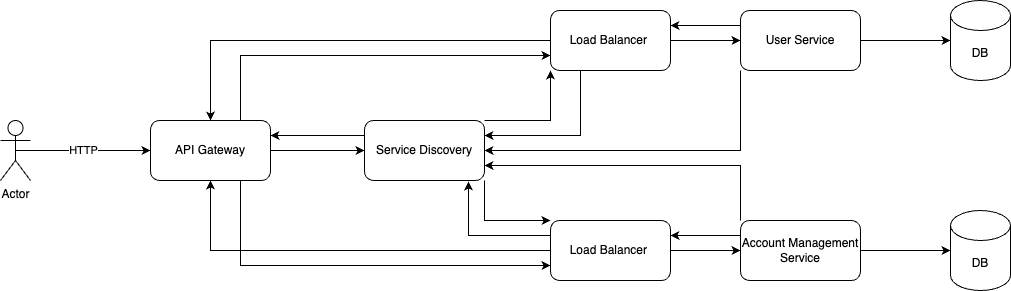
dan-planable/PAD keeps this draw.io diagram as Assets/Architecture.drawio.png. Above is the earlier version. Source tidied: cells renumbered, new cells last; positions are measured from the earlier drawing's top-left corner, leaving out a move shared by most shapes.
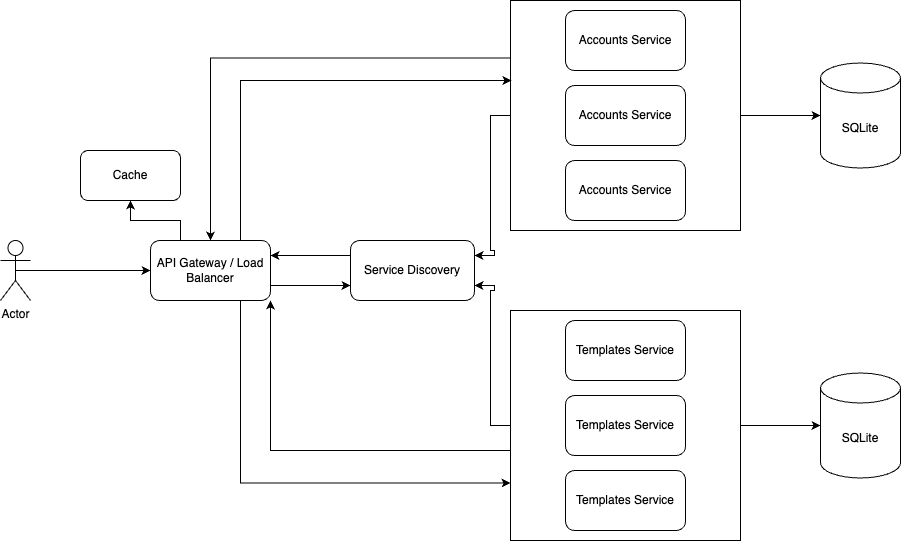
The same diagram one commit later.

What changed in the source:
```diff
@@ -2,97 +2,88 @@
   <root>
     <mxCell id="0" />
     <mxCell id="1" parent="0" />
-    <mxCell id="2" value="HTTP" style="edgeStyle=orthogonalEdgeStyle;rounded=0;jettySize=auto;html=1;exitX=0.5;exitY=0.5;exitDx=0;exitDy=0;exitPerimeter=0;entryX=0;entryY=0.5;entryDx=0;entryDy=0;" parent="1" edge="1" source="3" target="7">
-      <mxGeometry relative="1" as="geometry" />
-    </mxCell>
+    <mxCell id="30" style="edgeStyle=orthogonalEdgeStyle;rounded=0;jettySize=auto;html=1;exitX=0.5;exitY=0.5;exitDx=0;exitDy=0;exitPerimeter=0;entryX=0;entryY=0.5;entryDx=0;entryDy=0;" parent="1" edge="1" source="3" target="34">
+      <mxGeometry relative="1" as="geometry" />
+    </mxCell>
     <mxCell id="3" value="Actor" style="shape=umlActor;verticalLabelPosition=bottom;verticalAlign=top;html=1;outlineConnect=0;" parent="1" vertex="1">
-      <mxGeometry y="120" width="30" height="60" as="geometry" />
+      <mxGeometry x="10" y="-10" width="30" height="60" as="geometry" />
     </mxCell>
-    <mxCell id="4" style="edgeStyle=orthogonalEdgeStyle;rounded=0;jettySize=auto;html=1;exitX=1;exitY=0.5;exitDx=0;exitDy=0;" parent="1" edge="1" source="7" target="11">
-      <mxGeometry relative="1" as="geometry" />
-    </mxCell>
-    <mxCell id="5" style="edgeStyle=orthogonalEdgeStyle;rounded=0;jettySize=auto;html=1;exitX=0.75;exitY=0;exitDx=0;exitDy=0;entryX=0;entryY=0.75;entryDx=0;entryDy=0;" parent="1" edge="1" source="7" target="15">
-      <mxGeometry relative="1" as="geometry" />
-    </mxCell>
-    <mxCell id="6" style="edgeStyle=orthogonalEdgeStyle;rounded=0;jettySize=auto;html=1;exitX=0.75;exitY=1;exitDx=0;exitDy=0;entryX=0;entryY=0.75;entryDx=0;entryDy=0;" parent="1" edge="1" source="7" target="19">
-      <mxGeometry relative="1" as="geometry" />
-    </mxCell>
-    <mxCell id="7" value="API Gateway" style="rounded=1;whiteSpace=wrap;html=1;" parent="1" vertex="1">
-      <mxGeometry x="150" y="120" width="120" height="60" as="geometry" />
-    </mxCell>
-    <mxCell id="8" style="edgeStyle=orthogonalEdgeStyle;rounded=0;jettySize=auto;html=1;exitX=0;exitY=0.25;exitDx=0;exitDy=0;entryX=1;entryY=0.25;entryDx=0;entryDy=0;" parent="1" edge="1" source="11" target="7">
-      <mxGeometry relative="1" as="geometry" />
-    </mxCell>
-    <mxCell id="9" style="edgeStyle=orthogonalEdgeStyle;rounded=0;jettySize=auto;html=1;exitX=1;exitY=0;exitDx=0;exitDy=0;entryX=0;entryY=1;entryDx=0;entryDy=0;" parent="1" edge="1" source="11" target="15">
-      <mxGeometry relative="1" as="geometry">
-        <Array as="points">
-          <mxPoint x="550" y="120" />
-        </Array>
-      </mxGeometry>
-    </mxCell>
-    <mxCell id="10" style="edgeStyle=orthogonalEdgeStyle;rounded=0;jettySize=auto;html=1;exitX=1;exitY=1;exitDx=0;exitDy=0;entryX=0;entryY=0;entryDx=0;entryDy=0;" parent="1" edge="1" source="11" target="19">
-      <mxGeometry relative="1" as="geometry">
-        <Array as="points">
-          <mxPoint x="484" y="220" />
-        </Array>
-      </mxGeometry>
-    </mxCell>
+    <mxCell id="31" style="edgeStyle=orthogonalEdgeStyle;rounded=0;jettySize=auto;html=1;exitX=1;exitY=0.75;exitDx=0;exitDy=0;entryX=0;entryY=0.75;entryDx=0;entryDy=0;" parent="1" edge="1" source="34" target="11">
+      <mxGeometry relative="1" as="geometry" />
+    </mxCell>
+    <mxCell id="32" style="edgeStyle=orthogonalEdgeStyle;rounded=0;jettySize=auto;html=1;exitX=0.75;exitY=1;exitDx=0;exitDy=0;entryX=0;entryY=0.75;entryDx=0;entryDy=0;" parent="1" edge="1" source="34" target="45">
+      <mxGeometry relative="1" as="geometry" />
+    </mxCell>
+    <mxCell id="33" style="edgeStyle=orthogonalEdgeStyle;rounded=0;jettySize=auto;html=1;exitX=0.25;exitY=0;exitDx=0;exitDy=0;entryX=0.5;entryY=1;entryDx=0;entryDy=0;" parent="1" edge="1" source="34" target="35">
+      <mxGeometry relative="1" as="geometry" />
+    </mxCell>
+    <mxCell id="34" value="API Gateway / Load Balancer" style="rounded=1;whiteSpace=wrap;html=1;" parent="1" vertex="1">
+      <mxGeometry x="160" y="-10" width="120" height="60" as="geometry" />
+    </mxCell>
+    <mxCell id="35" value="Cache" style="rounded=1;whiteSpace=wrap;html=1;" parent="1" vertex="1">
+      <mxGeometry x="90" y="-100" width="100" height="50" as="geometry" />
+    </mxCell>
+    <mxCell id="36" style="edgeStyle=orthogonalEdgeStyle;rounded=0;jettySize=auto;html=1;exitX=0;exitY=0.25;exitDx=0;exitDy=0;entryX=1;entryY=0.25;entryDx=0;entryDy=0;" parent="1" edge="1" source="11" target="34">
+      <mxGeometry relative="1" as="geometry" />
+    </mxCell>
     <mxCell id="11" value="Service Discovery" style="rounded=1;whiteSpace=wrap;html=1;" parent="1" vertex="1">
-      <mxGeometry x="364" y="120" width="120" height="60" as="geometry" />
+      <mxGeometry x="360" y="-10" width="124" height="60" as="geometry" />
     </mxCell>
-    <mxCell id="12" style="edgeStyle=orthogonalEdgeStyle;rounded=0;jettySize=auto;html=1;exitX=0.25;exitY=1;exitDx=0;exitDy=0;entryX=1;entryY=0.25;entryDx=0;entryDy=0;" parent="1" edge="1" source="15" target="11">
-      <mxGeometry relative="1" as="geometry" />
-    </mxCell>
-    <mxCell id="13" style="edgeStyle=orthogonalEdgeStyle;rounded=0;jettySize=auto;html=1;exitX=0;exitY=0.5;exitDx=0;exitDy=0;entryX=0.5;entryY=0;entryDx=0;entryDy=0;" parent="1" edge="1" source="15" target="7">
-      <mxGeometry relative="1" as="geometry" />
-    </mxCell>
-    <mxCell id="14" style="edgeStyle=orthogonalEdgeStyle;rounded=0;jettySize=auto;html=1;exitX=1;exitY=0.5;exitDx=0;exitDy=0;entryX=0;entryY=0.5;entryDx=0;entryDy=0;" parent="1" edge="1" source="15" target="25">
-      <mxGeometry relative="1" as="geometry" />
-    </mxCell>
-    <mxCell id="15" value="Load Balancer&amp;nbsp;" style="rounded=1;whiteSpace=wrap;html=1;" parent="1" vertex="1">
-      <mxGeometry x="550" y="10" width="120" height="60" as="geometry" />
-    </mxCell>
-    <mxCell id="16" style="edgeStyle=orthogonalEdgeStyle;rounded=0;jettySize=auto;html=1;exitX=0;exitY=0.25;exitDx=0;exitDy=0;entryX=0.867;entryY=1.017;entryDx=0;entryDy=0;entryPerimeter=0;" parent="1" edge="1" source="19" target="11">
-      <mxGeometry relative="1" as="geometry" />
-    </mxCell>
-    <mxCell id="17" style="edgeStyle=orthogonalEdgeStyle;rounded=0;jettySize=auto;html=1;exitX=0;exitY=0.5;exitDx=0;exitDy=0;entryX=0.5;entryY=1;entryDx=0;entryDy=0;" parent="1" edge="1" source="19" target="7">
-      <mxGeometry relative="1" as="geometry" />
-    </mxCell>
-    <mxCell id="18" style="edgeStyle=orthogonalEdgeStyle;rounded=0;jettySize=auto;html=1;exitX=1;exitY=0.5;exitDx=0;exitDy=0;entryX=0;entryY=0.5;entryDx=0;entryDy=0;" parent="1" edge="1" source="19" target="29">
-      <mxGeometry relative="1" as="geometry" />
-    </mxCell>
-    <mxCell id="19" value="Load Balancer&amp;nbsp;" style="rounded=1;whiteSpace=wrap;html=1;" parent="1" vertex="1">
-      <mxGeometry x="550" y="220" width="120" height="60" as="geometry" />
-    </mxCell>
-    <mxCell id="20" value="DB" style="shape=cylinder3;whiteSpace=wrap;html=1;boundedLbl=1;backgroundOutline=1;size=15;" parent="1" vertex="1">
-      <mxGeometry x="950" width="60" height="80" as="geometry" />
-    </mxCell>
-    <mxCell id="21" value="DB" style="shape=cylinder3;whiteSpace=wrap;html=1;boundedLbl=1;backgroundOutline=1;size=15;" parent="1" vertex="1">
-      <mxGeometry x="950" y="210" width="60" height="80" as="geometry" />
-    </mxCell>
-    <mxCell id="22" style="edgeStyle=orthogonalEdgeStyle;rounded=0;jettySize=auto;html=1;exitX=1;exitY=0.5;exitDx=0;exitDy=0;entryX=0;entryY=0.5;entryDx=0;entryDy=0;entryPerimeter=0;" parent="1" edge="1" source="25" target="20">
-      <mxGeometry relative="1" as="geometry" />
-    </mxCell>
-    <mxCell id="23" style="edgeStyle=orthogonalEdgeStyle;rounded=0;jettySize=auto;html=1;exitX=0;exitY=0.25;exitDx=0;exitDy=0;entryX=1;entryY=0.25;entryDx=0;entryDy=0;" parent="1" edge="1" source="25" target="15">
-      <mxGeometry relative="1" as="geometry" />
-    </mxCell>
-    <mxCell id="24" style="edgeStyle=orthogonalEdgeStyle;rounded=0;jettySize=auto;html=1;exitX=0;exitY=1;exitDx=0;exitDy=0;entryX=1;entryY=0.5;entryDx=0;entryDy=0;" parent="1" edge="1" source="25" target="11">
-      <mxGeometry relative="1" as="geometry" />
-    </mxCell>
-    <mxCell id="25" value="User Service" style="rounded=1;whiteSpace=wrap;html=1;" parent="1" vertex="1">
-      <mxGeometry x="740" y="10" width="120" height="60" as="geometry" />
-    </mxCell>
-    <mxCell id="26" style="edgeStyle=orthogonalEdgeStyle;rounded=0;jettySize=auto;html=1;exitX=1;exitY=0.5;exitDx=0;exitDy=0;entryX=0;entryY=0.5;entryDx=0;entryDy=0;entryPerimeter=0;" parent="1" edge="1" source="29" target="21">
-      <mxGeometry relative="1" as="geometry" />
-    </mxCell>
-    <mxCell id="27" style="edgeStyle=orthogonalEdgeStyle;rounded=0;jettySize=auto;html=1;exitX=0;exitY=0.25;exitDx=0;exitDy=0;entryX=1;entryY=0.25;entryDx=0;entryDy=0;" parent="1" edge="1" source="29" target="19">
-      <mxGeometry relative="1" as="geometry" />
-    </mxCell>
-    <mxCell id="28" style="edgeStyle=orthogonalEdgeStyle;rounded=0;jettySize=auto;html=1;exitX=0;exitY=0;exitDx=0;exitDy=0;entryX=1;entryY=0.75;entryDx=0;entryDy=0;" parent="1" edge="1" source="29" target="11">
-      <mxGeometry relative="1" as="geometry" />
-    </mxCell>
-    <mxCell id="29" value="Account Management Service" style="rounded=1;whiteSpace=wrap;html=1;" parent="1" vertex="1">
-      <mxGeometry x="740" y="220" width="120" height="60" as="geometry" />
-    </mxCell>
+    <mxCell id="37" style="edgeStyle=orthogonalEdgeStyle;rounded=0;jettySize=auto;html=1;exitX=0;exitY=0.5;exitDx=0;exitDy=0;entryX=1;entryY=0.25;entryDx=0;entryDy=0;" parent="1" edge="1" source="39" target="11">
+      <mxGeometry relative="1" as="geometry" />
+    </mxCell>
+    <mxCell id="38" style="edgeStyle=orthogonalEdgeStyle;rounded=0;jettySize=auto;html=1;exitX=0;exitY=0.25;exitDx=0;exitDy=0;entryX=0.5;entryY=0;entryDx=0;entryDy=0;" parent="1" edge="1" source="39" target="34">
+      <mxGeometry relative="1" as="geometry" />
+    </mxCell>
+    <mxCell id="39" style="whiteSpace=wrap;html=1;" parent="1" vertex="1">
+      <mxGeometry x="520" y="-250" width="230" height="230" as="geometry" />
+    </mxCell>
+    <mxCell id="40" value="Accounts Service" style="rounded=1;whiteSpace=wrap;html=1;" parent="1" vertex="1">
+      <mxGeometry x="575" y="-240" width="120" height="60" as="geometry" />
+    </mxCell>
+    <mxCell id="41" value="Accounts Service" style="rounded=1;whiteSpace=wrap;html=1;" parent="1" vertex="1">
+      <mxGeometry x="575" y="-165" width="120" height="60" as="geometry" />
+    </mxCell>
+    <mxCell id="42" value="Accounts Service" style="rounded=1;whiteSpace=wrap;html=1;" parent="1" vertex="1">
+      <mxGeometry x="575" y="-90" width="120" height="60" as="geometry" />
+    </mxCell>
+    <mxCell id="43" style="edgeStyle=orthogonalEdgeStyle;rounded=0;jettySize=auto;html=1;exitX=0;exitY=0.5;exitDx=0;exitDy=0;entryX=1;entryY=0.75;entryDx=0;entryDy=0;" parent="1" edge="1" source="45" target="11">
+      <mxGeometry relative="1" as="geometry" />
+    </mxCell>
+    <mxCell id="44" style="edgeStyle=orthogonalEdgeStyle;rounded=0;jettySize=auto;html=1;exitX=0;exitY=0.75;exitDx=0;exitDy=0;entryX=1;entryY=1;entryDx=0;entryDy=0;" parent="1" edge="1" source="45" target="34">
+      <mxGeometry relative="1" as="geometry">
+        <Array as="points">
+          <mxPoint x="520" y="200" />
+          <mxPoint x="280" y="200" />
+        </Array>
+      </mxGeometry>
+    </mxCell>
+    <mxCell id="45" style="whiteSpace=wrap;html=1;" parent="1" vertex="1">
+      <mxGeometry x="520" y="60" width="230" height="230" as="geometry" />
+    </mxCell>
+    <mxCell id="46" value="Templates Service" style="rounded=1;whiteSpace=wrap;html=1;" parent="1" vertex="1">
+      <mxGeometry x="575" y="70" width="120" height="60" as="geometry" />
+    </mxCell>
+    <mxCell id="47" value="Templates Service" style="rounded=1;whiteSpace=wrap;html=1;" parent="1" vertex="1">
+      <mxGeometry x="575" y="145" width="120" height="60" as="geometry" />
+    </mxCell>
+    <mxCell id="48" value="Templates Service" style="rounded=1;whiteSpace=wrap;html=1;" parent="1" vertex="1">
+      <mxGeometry x="575" y="220" width="120" height="60" as="geometry" />
+    </mxCell>
+    <mxCell id="49" style="edgeStyle=orthogonalEdgeStyle;rounded=0;jettySize=auto;html=1;exitX=0.75;exitY=0;exitDx=0;exitDy=0;entryX=0.004;entryY=0.348;entryDx=0;entryDy=0;entryPerimeter=0;" parent="1" edge="1" source="34" target="39">
+      <mxGeometry relative="1" as="geometry" />
+    </mxCell>
+    <mxCell id="50" value="SQLite" style="shape=cylinder3;whiteSpace=wrap;html=1;boundedLbl=1;backgroundOutline=1;size=15;" parent="1" vertex="1">
+      <mxGeometry x="830" y="-187.5" width="80" height="105" as="geometry" />
+    </mxCell>
+    <mxCell id="51" value="SQLite" style="shape=cylinder3;whiteSpace=wrap;html=1;boundedLbl=1;backgroundOutline=1;size=15;" parent="1" vertex="1">
+      <mxGeometry x="830" y="122.5" width="80" height="105" as="geometry" />
+    </mxCell>
+    <mxCell id="52" style="edgeStyle=orthogonalEdgeStyle;rounded=0;jettySize=auto;html=1;exitX=1;exitY=0.5;exitDx=0;exitDy=0;entryX=0;entryY=0.5;entryDx=0;entryDy=0;entryPerimeter=0;" parent="1" edge="1" source="39" target="50">
+      <mxGeometry relative="1" as="geometry" />
+    </mxCell>
+    <mxCell id="53" style="edgeStyle=orthogonalEdgeStyle;rounded=0;jettySize=auto;html=1;exitX=1;exitY=0.5;exitDx=0;exitDy=0;entryX=0;entryY=0.5;entryDx=0;entryDy=0;entryPerimeter=0;" parent="1" edge="1" source="45" target="51">
+      <mxGeometry relative="1" as="geometry" />
+    </mxCell>
   </root>
 </mxGraphModel>
```
